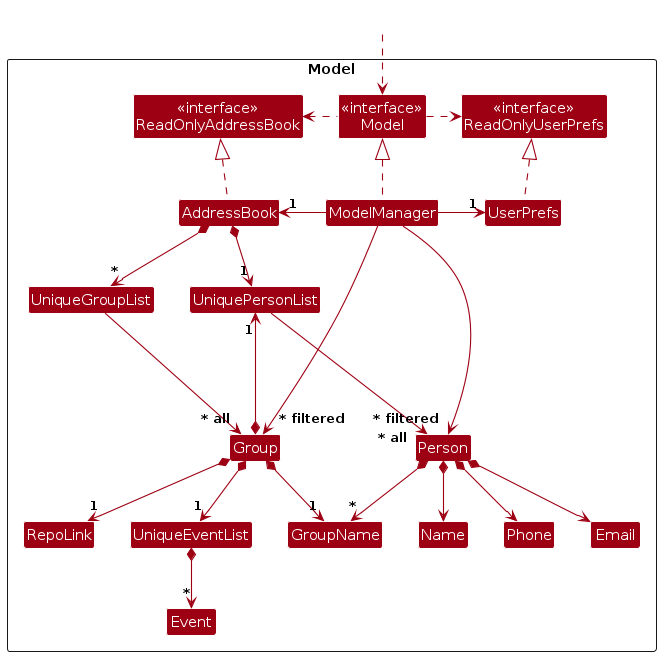
Before: diagrams/ModelClassDiagram.png, a diagram exported from PlantUML (GuoGangQuan/tp). Its source is kept beside it as diagrams/ModelClassDiagram.puml.
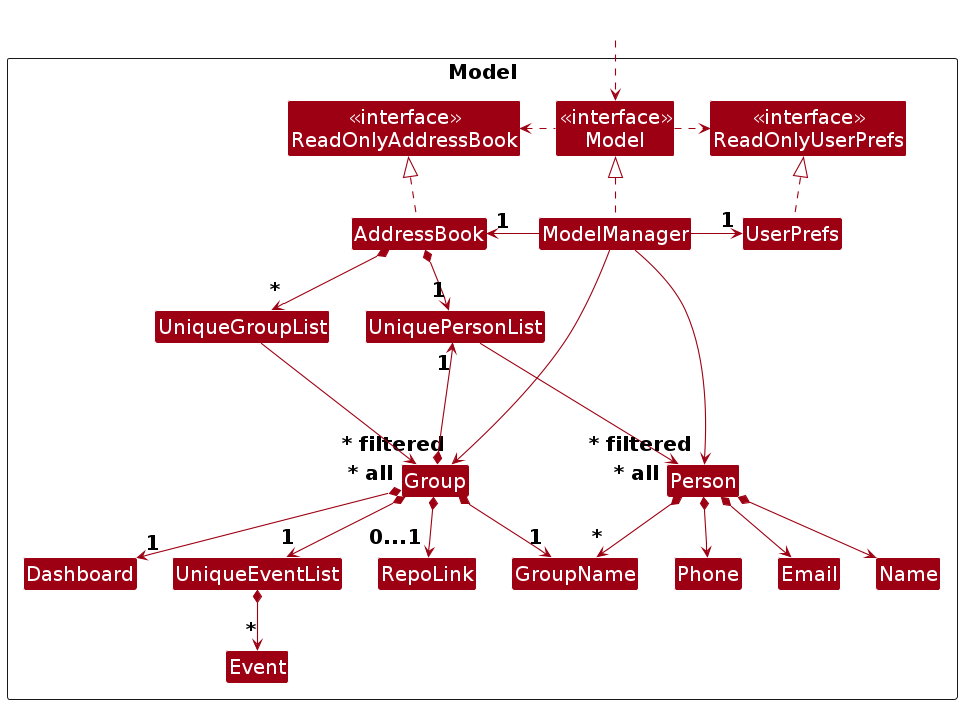
The same file after the commit.

What changed in the source:
```diff
@@ -3,6 +3,7 @@
 skinparam arrowThickness 1.1
 skinparam arrowColor MODEL_COLOR
 skinparam classBackgroundColor MODEL_COLOR
+skinparam defaultFontSize 20
 
 Package Model as ModelPackage <<Rectangle>>{
 Class "<<interface>>\nReadOnlyAddressBook" as ReadOnlyAddressBook
@@ -23,6 +24,7 @@
 Class UniqueGroupList
 Class Group
 Class Name
+Class Dashboard
 
 Class UniqueEventList
 Class Event {
@@ -64,9 +66,10 @@
 AddressBook *--> "~*" UniqueGroupList
 UniqueGroupList --> "~* all" Group
 Group *--> "1" GroupName
+Group *--> "1" Dashboard
 Group *-up-> "1" UniquePersonList
 Group *--> "1" UniqueEventList
-Group *--> "1" RepoLink
+Group *--> "0...1" RepoLink
 
 UniqueEventList *--> "~*" Event
 
```
